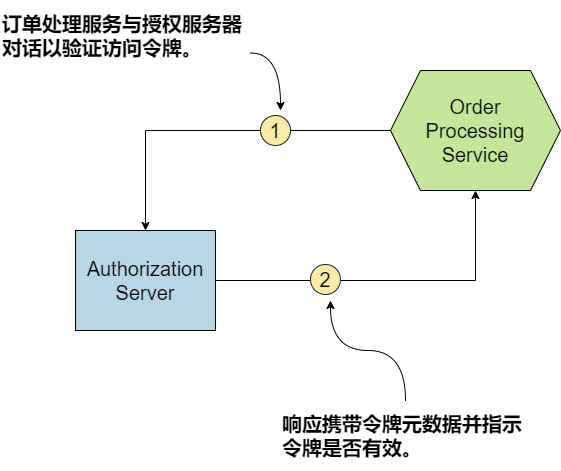
yyit2022/microservice-security keeps this draw.io diagram as lesson02/doc/2.5.dio.png. Above is the earlier version. Source tidied: cells renumbered, new cells last; positions are measured from the earlier drawing's top-left corner, leaving out a move shared by most shapes.
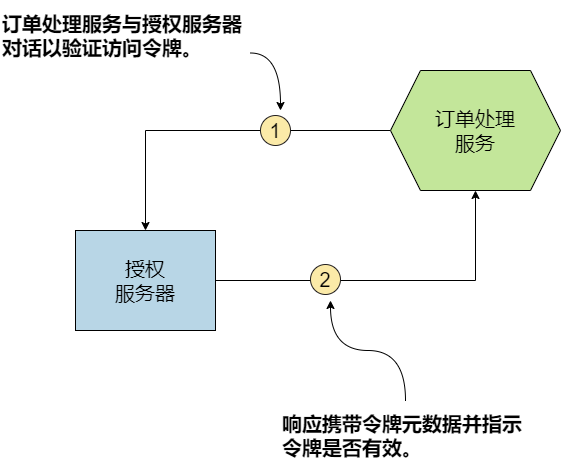
Later version of the same file.

The edit, as a diff of the source:
```diff
@@ -5,13 +5,13 @@
     <mxCell id="2" style="edgeStyle=orthogonalEdgeStyle;rounded=0;jettySize=auto;html=1;entryX=0.5;entryY=0;entryDx=0;entryDy=0;" parent="1" edge="1" source="3" target="5">
       <mxGeometry relative="1" as="geometry" />
     </mxCell>
-    <mxCell id="3" value="&lt;div style=&quot;font-size: 20px;&quot;&gt;Order&lt;/div&gt;&lt;div style=&quot;font-size: 20px;&quot;&gt;Processing&lt;/div&gt;&lt;div style=&quot;font-size: 20px;&quot;&gt;Service&lt;/div&gt;" style="shape=hexagon;perimeter=hexagonPerimeter2;whiteSpace=wrap;html=1;fixedSize=1;fontSize=20;fontColor=#000000;fillColor=#C3E69A;strokeColor=#000000;size=30;fontStyle=0;" parent="1" vertex="1">
+    <mxCell id="3" value="&lt;div style=&quot;font-size: 20px&quot;&gt;订单处理&lt;/div&gt;&lt;div style=&quot;font-size: 20px&quot;&gt;服务&lt;/div&gt;" style="shape=hexagon;perimeter=hexagonPerimeter2;whiteSpace=wrap;html=1;fixedSize=1;fontSize=20;fontColor=#000000;fillColor=#C3E69A;strokeColor=#000000;size=30;fontStyle=0;" parent="1" vertex="1">
       <mxGeometry x="390" y="70" width="170" height="120" as="geometry" />
     </mxCell>
     <mxCell id="4" style="edgeStyle=orthogonalEdgeStyle;rounded=0;jettySize=auto;html=1;entryX=0.5;entryY=1;entryDx=0;entryDy=0;" parent="1" edge="1" source="5" target="3">
       <mxGeometry relative="1" as="geometry" />
     </mxCell>
-    <mxCell id="5" value="&lt;div style=&quot;font-size: 20px;&quot;&gt;Authorization&lt;/div&gt;&lt;div style=&quot;font-size: 20px;&quot;&gt;Server&lt;/div&gt;" style="rounded=0;whiteSpace=wrap;html=1;fontSize=20;fillColor=#B8D6E6;strokeColor=#000000;fontColor=#000000;" parent="1" vertex="1">
+    <mxCell id="5" value="&lt;div style=&quot;font-size: 20px&quot;&gt;授权&lt;/div&gt;&lt;div style=&quot;font-size: 20px&quot;&gt;服务器&lt;/div&gt;" style="rounded=0;whiteSpace=wrap;html=1;fontSize=20;fillColor=#B8D6E6;strokeColor=#000000;fontColor=#000000;" parent="1" vertex="1">
       <mxGeometry x="75" y="230" width="140" height="100" as="geometry" />
     </mxCell>
     <mxCell id="6" value="1" style="ellipse;whiteSpace=wrap;html=1;fontSize=20;fontColor=#000000;strokeColor=#221F1F;fillColor=#FBEAA8;" parent="1" vertex="1">
```
